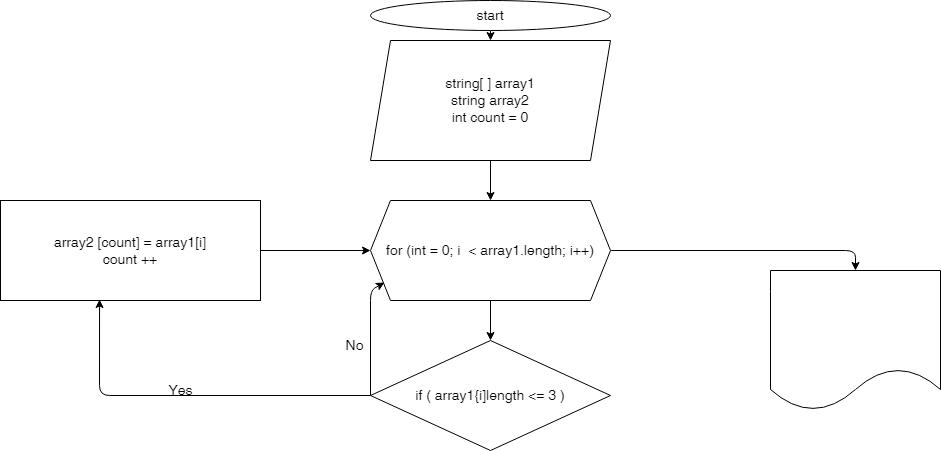
This is Lession001/final work/final.drawio.png from AlexandrDormidontov/2023sharp, a draw.io export, as it was before one commit. Source tidied: cells renumbered, new cells last; positions are measured from the earlier drawing's top-left corner, leaving out a move shared by most shapes.
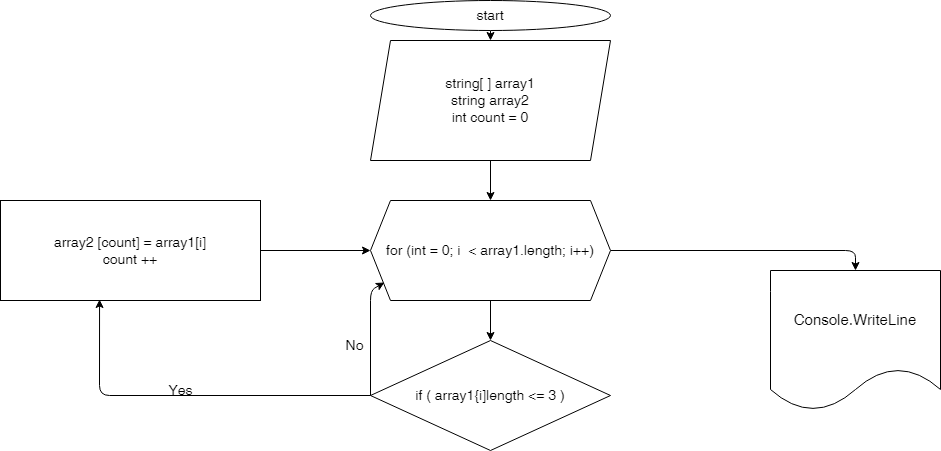
The same file after the commit.

Commit message:
схема решения алгоритма

Change to the diagram source:
```diff
@@ -56,7 +56,7 @@
     <mxCell id="15" value="No" style="text;html=1;align=center;verticalAlign=middle;strokeColor=none;fillColor=none;fontSize=14;rotation=0;" parent="1" vertex="1">
       <mxGeometry x="334" y="330" width="40" height="30" as="geometry" />
     </mxCell>
-    <mxCell id="16" style="shape=document;whiteSpace=wrap;html=1;boundedLbl=1;fontSize=15;" parent="1" vertex="1">
+    <mxCell id="16" value="Console.WriteLine" style="shape=document;whiteSpace=wrap;html=1;boundedLbl=1;fontSize=15;" parent="1" vertex="1">
       <mxGeometry x="770" y="270" width="170" height="140" as="geometry" />
     </mxCell>
   </root>
```
